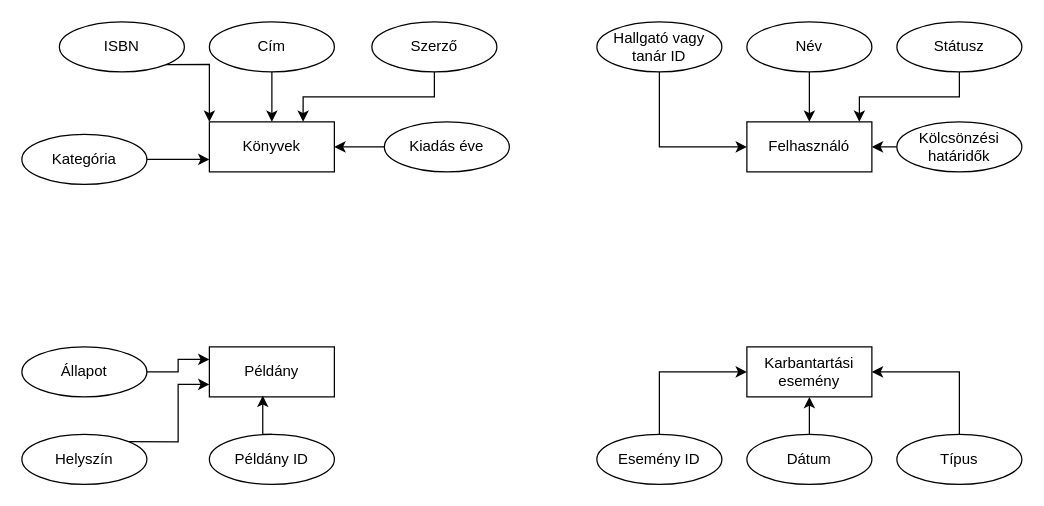
Before: konyvtar.drawio in Kende28/drawio_db, a draw.io diagram. Source tidied: cells renumbered, new cells numbered last; positions are measured from the earlier drawing's top-left corner, leaving out a move shared by most shapes. Both pictures are drawn from the tidied source at 125%, with x=0, y=0 at pixel (21, 21).
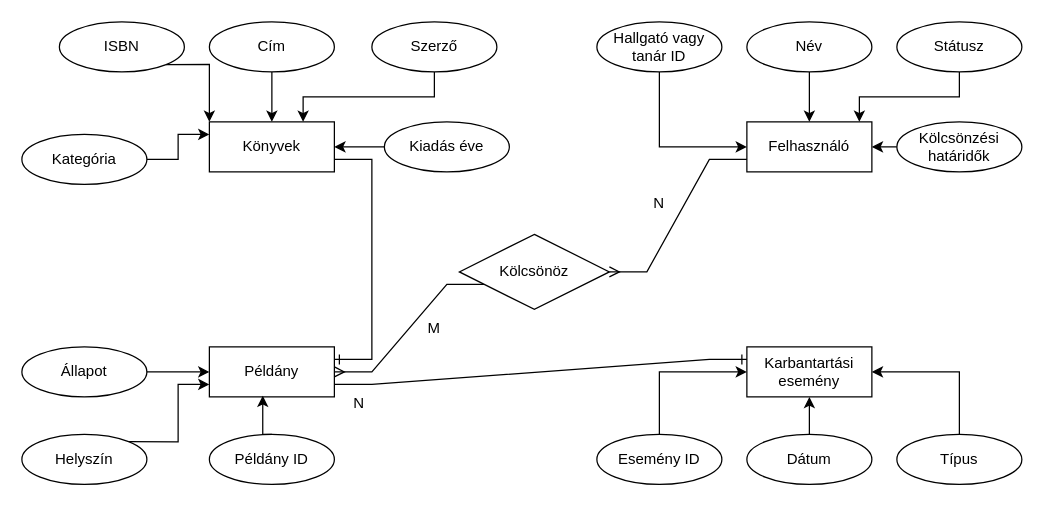
Above is the later version.

Unchanged cells that the change refers to:
```xml
<mxCell id="2" value="Könyvek" style="whiteSpace=wrap;html=1;align=center;" parent="1" vertex="1">
  <mxGeometry x="150" y="80" width="100" height="40" as="geometry" />
</mxCell>
<mxCell id="6" value="Kategória" style="ellipse;whiteSpace=wrap;html=1;align=center;" parent="1" vertex="1">
  <mxGeometry y="90" width="100" height="40" as="geometry" />
</mxCell>
<mxCell id="13" value="Példány" style="whiteSpace=wrap;html=1;align=center;" parent="1" vertex="1">
  <mxGeometry x="150" y="260" width="100" height="40" as="geometry" />
</mxCell>
<mxCell id="15" value="Állapot" style="ellipse;whiteSpace=wrap;html=1;align=center;" parent="1" vertex="1">
  <mxGeometry y="260" width="100" height="40" as="geometry" />
</mxCell>
<mxCell id="20" value="Felhasználó" style="whiteSpace=wrap;html=1;align=center;" parent="1" vertex="1">
  <mxGeometry x="580" y="80" width="100" height="40" as="geometry" />
</mxCell>
<mxCell id="29" value="Karbantartási esemény" style="whiteSpace=wrap;html=1;align=center;" parent="1" vertex="1">
  <mxGeometry x="580" y="260" width="100" height="40" as="geometry" />
</mxCell>
```

The edit, as a diff of the source:
```diff
@@
-    <mxCell id="5" style="edgeStyle=orthogonalEdgeStyle;rounded=0;jettySize=auto;html=1;exitX=1;exitY=0.5;exitDx=0;exitDy=0;entryX=0;entryY=0.75;entryDx=0;entryDy=0;" parent="1" edge="1" source="6" target="2">
+    <mxCell id="5" style="edgeStyle=orthogonalEdgeStyle;rounded=0;jettySize=auto;html=1;exitX=1;exitY=0.5;exitDx=0;exitDy=0;entryX=0;entryY=0.25;entryDx=0;entryDy=0;" parent="1" edge="1" source="6" target="2">
       <mxGeometry relative="1" as="geometry" />
     </mxCell>
@@
-    <mxCell id="14" style="edgeStyle=orthogonalEdgeStyle;rounded=0;jettySize=auto;html=1;exitX=1;exitY=0.5;exitDx=0;exitDy=0;entryX=0;entryY=0.25;entryDx=0;entryDy=0;" parent="1" edge="1" source="15" target="13">
+    <mxCell id="14" style="edgeStyle=orthogonalEdgeStyle;rounded=0;jettySize=auto;html=1;exitX=1;exitY=0.5;exitDx=0;exitDy=0;entryX=0;entryY=0.5;entryDx=0;entryDy=0;" parent="1" edge="1" source="15" target="13">
       <mxGeometry relative="1" as="geometry" />
     </mxCell>
@@
+    <mxCell id="36" style="edgeStyle=entityRelationEdgeStyle;fontSize=12;html=1;endArrow=ERone;endFill=1;rounded=0;exitX=1;exitY=0.75;exitDx=0;exitDy=0;entryX=1;entryY=0.25;entryDx=0;entryDy=0;" parent="1" edge="1" source="2" target="13">
+      <mxGeometry relative="1" as="geometry" />
+    </mxCell>
+    <mxCell id="37" style="edgeStyle=entityRelationEdgeStyle;fontSize=12;html=1;endArrow=ERmany;rounded=0;entryX=1;entryY=0.5;entryDx=0;entryDy=0;exitX=0;exitY=0.75;exitDx=0;exitDy=0;" parent="1" edge="1" source="43" target="13">
+      <mxGeometry relative="1" as="geometry" />
+    </mxCell>
+    <mxCell id="38" style="edgeStyle=entityRelationEdgeStyle;fontSize=12;html=1;endArrow=ERone;endFill=1;rounded=0;entryX=0;entryY=0.25;entryDx=0;entryDy=0;exitX=1;exitY=0.75;exitDx=0;exitDy=0;" parent="1" edge="1" source="13" target="29">
+      <mxGeometry relative="1" as="geometry" />
+    </mxCell>
+    <mxCell id="39" value="N" style="text;html=1;whiteSpace=wrap;strokeColor=none;fillColor=none;align=center;verticalAlign=middle;rounded=0;" parent="1" vertex="1">
+      <mxGeometry x="480" y="130" width="60" height="30" as="geometry" />
+    </mxCell>
+    <mxCell id="40" value="M" style="text;html=1;whiteSpace=wrap;strokeColor=none;fillColor=none;align=center;verticalAlign=middle;rounded=0;" parent="1" vertex="1">
+      <mxGeometry x="300" y="230" width="60" height="30" as="geometry" />
+    </mxCell>
+    <mxCell id="41" value="N" style="text;html=1;whiteSpace=wrap;strokeColor=none;fillColor=none;align=center;verticalAlign=middle;rounded=0;" parent="1" vertex="1">
+      <mxGeometry x="240" y="290" width="60" height="30" as="geometry" />
+    </mxCell>
+    <mxCell id="42" style="edgeStyle=entityRelationEdgeStyle;fontSize=12;html=1;endArrow=ERmany;rounded=0;entryX=1;entryY=0.5;entryDx=0;entryDy=0;exitX=0;exitY=0.75;exitDx=0;exitDy=0;" parent="1" edge="1" source="20" target="43">
+      <mxGeometry relative="1" as="geometry" />
+    </mxCell>
+    <mxCell id="43" value="Kölcsönöz" style="shape=rhombus;perimeter=rhombusPerimeter;whiteSpace=wrap;html=1;align=center;" parent="1" vertex="1">
+      <mxGeometry x="350" y="170" width="120" height="60" as="geometry" />
+    </mxCell>
```
